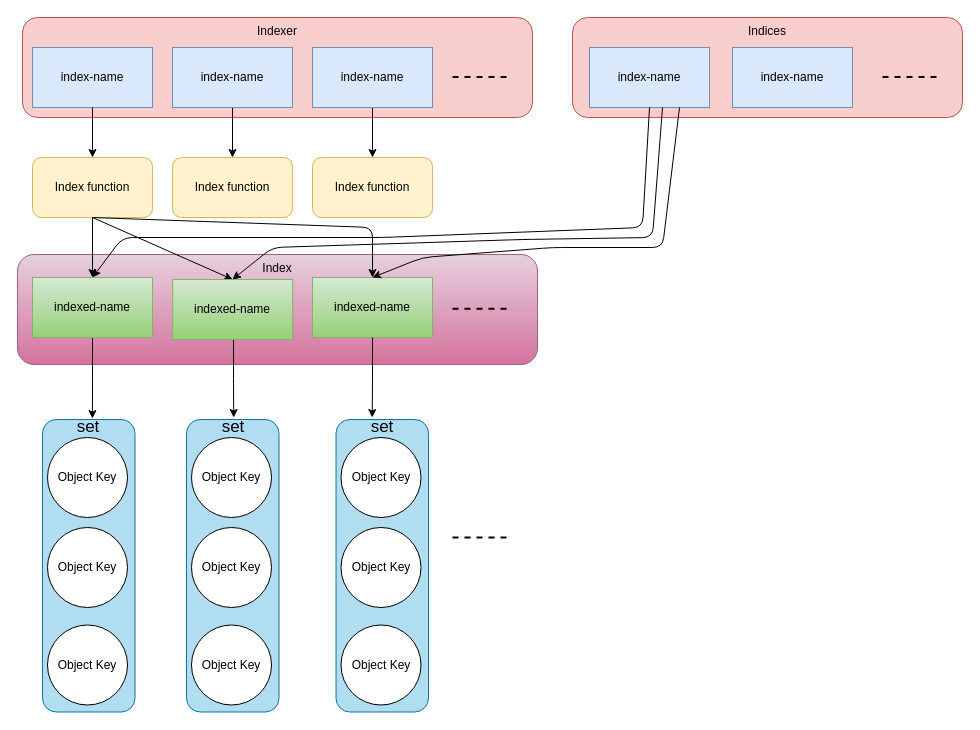
The draw.io diagram images/post/post-draw/kubernetes-controller-local-cache.drawio in MengZn/MengZn.github.io, before the edit. Source tidied: cells renumbered, new cells numbered last; positions are measured from the earlier drawing's top-left corner, leaving out a move shared by most shapes. Both pictures are drawn from the tidied source at 100%, with x=0, y=0 at pixel (-58, 17).
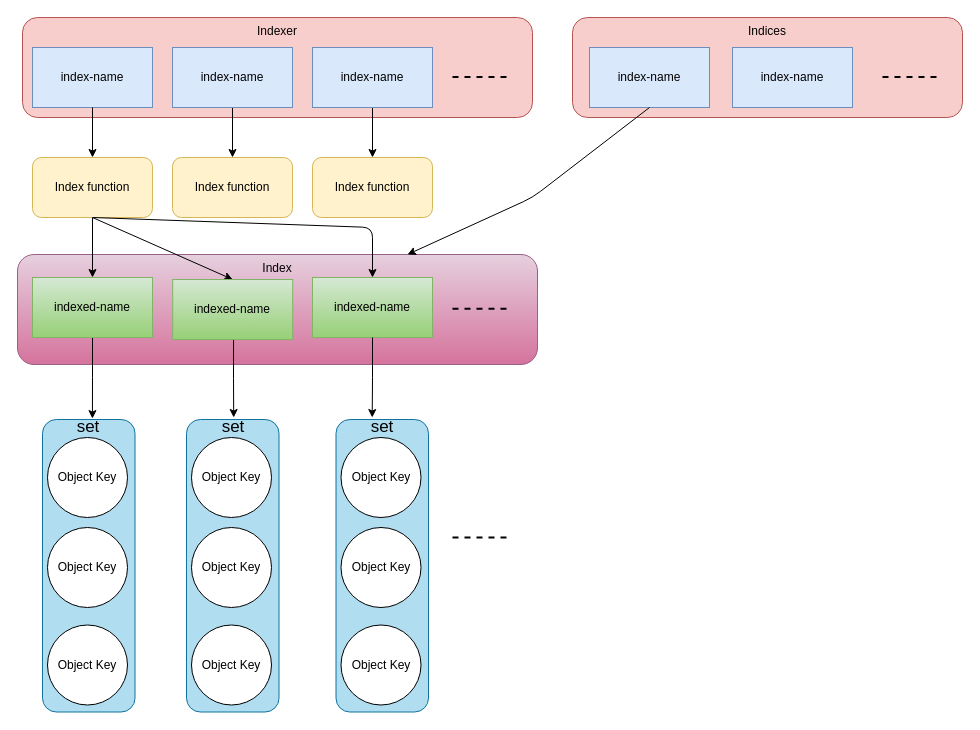
The same diagram, later.

The change refers to these unchanged cells:
```xml
<mxCell id="2" value="Index" style="rounded=1;whiteSpace=wrap;html=1;verticalAlign=top;fillColor=#e6d0de;strokeColor=#996185;gradientColor=#d5739d;" parent="1" vertex="1">
  <mxGeometry x="75" y="237" width="520" height="110" as="geometry" />
</mxCell>
<mxCell id="17" value="index-name" style="rounded=0;whiteSpace=wrap;html=1;fillColor=#dae8fc;strokeColor=#6c8ebf;" parent="1" vertex="1">
  <mxGeometry x="647" y="30" width="120" height="60" as="geometry" />
</mxCell>
<mxCell id="21" value="indexed-name" style="rounded=0;whiteSpace=wrap;html=1;fillColor=#d5e8d4;strokeColor=#82b366;gradientColor=#97d077;" parent="1" vertex="1">
  <mxGeometry x="90" y="260" width="120" height="60" as="geometry" />
</mxCell>
```

Diff of the diagram source:
```diff
@@
-    <mxCell id="47" style="endArrow=classic;html=1;strokeWidth=1;fontColor=#000000;exitX=0.5;exitY=1;exitDx=0;exitDy=0;entryX=0.5;entryY=0;entryDx=0;entryDy=0;" parent="1" edge="1" source="17" target="21">
-      <mxGeometry relative="1" as="geometry">
-        <Array as="points">
-          <mxPoint x="700" y="210" />
-          <mxPoint x="440" y="220" />
-          <mxPoint x="180" y="220" />
-        </Array>
-      </mxGeometry>
-    </mxCell>
-    <mxCell id="48" style="endArrow=classic;html=1;strokeWidth=1;fontColor=#000000;entryX=0.5;entryY=0;entryDx=0;entryDy=0;" parent="1" edge="1">
-      <mxGeometry relative="1" as="geometry">
-        <mxPoint x="720" y="90" as="sourcePoint" />
-        <mxPoint x="290" y="262" as="targetPoint" />
-        <Array as="points">
-          <mxPoint x="710" y="220" />
-          <mxPoint x="580" y="222" />
-          <mxPoint x="330" y="230" />
-        </Array>
-      </mxGeometry>
-    </mxCell>
-    <mxCell id="49" style="endArrow=classic;html=1;strokeWidth=1;fontColor=#000000;entryX=0.5;entryY=0;entryDx=0;entryDy=0;exitX=0.75;exitY=1;exitDx=0;exitDy=0;" parent="1" edge="1" source="17">
-      <mxGeometry relative="1" as="geometry">
-        <mxPoint x="430" y="260" as="targetPoint" />
-        <Array as="points">
-          <mxPoint x="720" y="230" />
-          <mxPoint x="610" y="230" />
-          <mxPoint x="480" y="240" />
-        </Array>
-      </mxGeometry>
-    </mxCell>
+    <mxCell id="50" style="endArrow=classic;html=1;strokeWidth=1;fontColor=#000000;exitX=0.5;exitY=1;exitDx=0;exitDy=0;entryX=0.75;entryY=0;entryDx=0;entryDy=0;" parent="1" edge="1" source="17" target="2">
+      <mxGeometry relative="1" as="geometry">
+        <Array as="points">
+          <mxPoint x="590" y="180" />
+        </Array>
+      </mxGeometry>
+    </mxCell>
```
